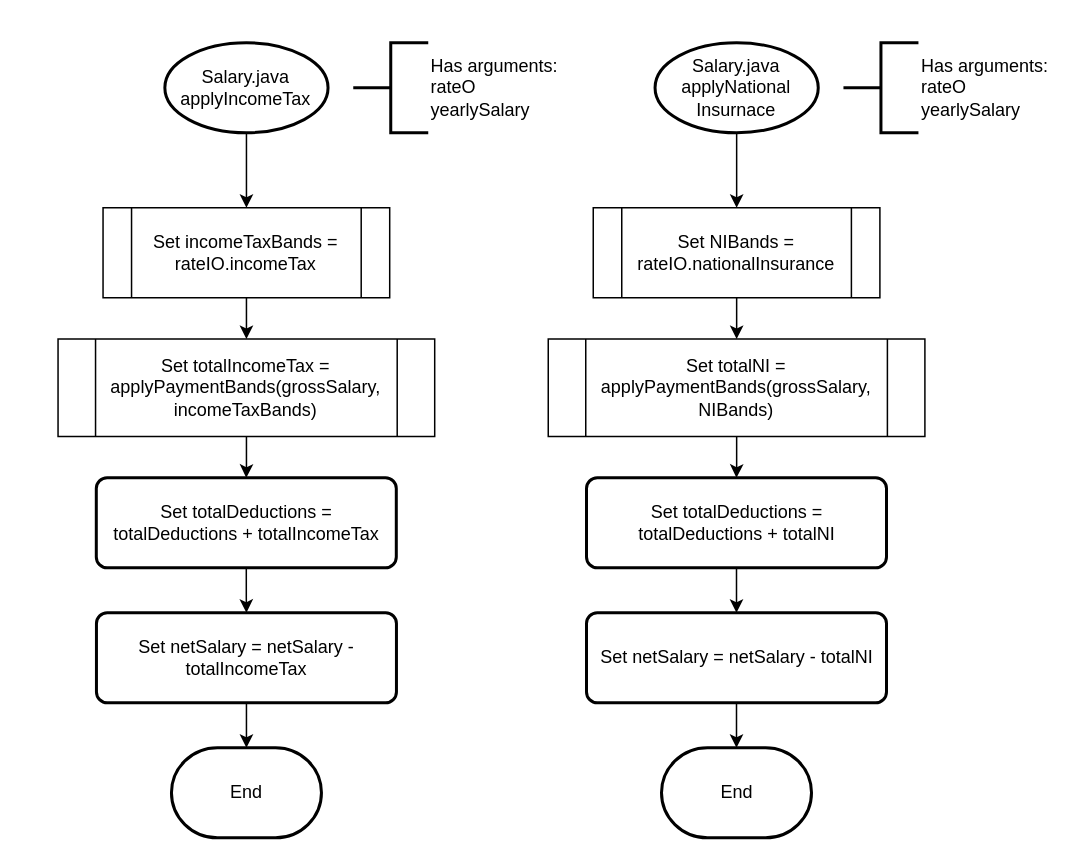
Before: report/flowcharts/designs/salary2-coursework-2.drawio in Sherman5A/usw-pop-coursework-1-task-2, a draw.io diagram. Source tidied: cells renumbered, new cells numbered last; positions are measured from the earlier drawing's top-left corner, leaving out a move shared by most shapes. Both pictures are drawn from the tidied source at 150%, with x=0, y=0 at pixel (57, 42).
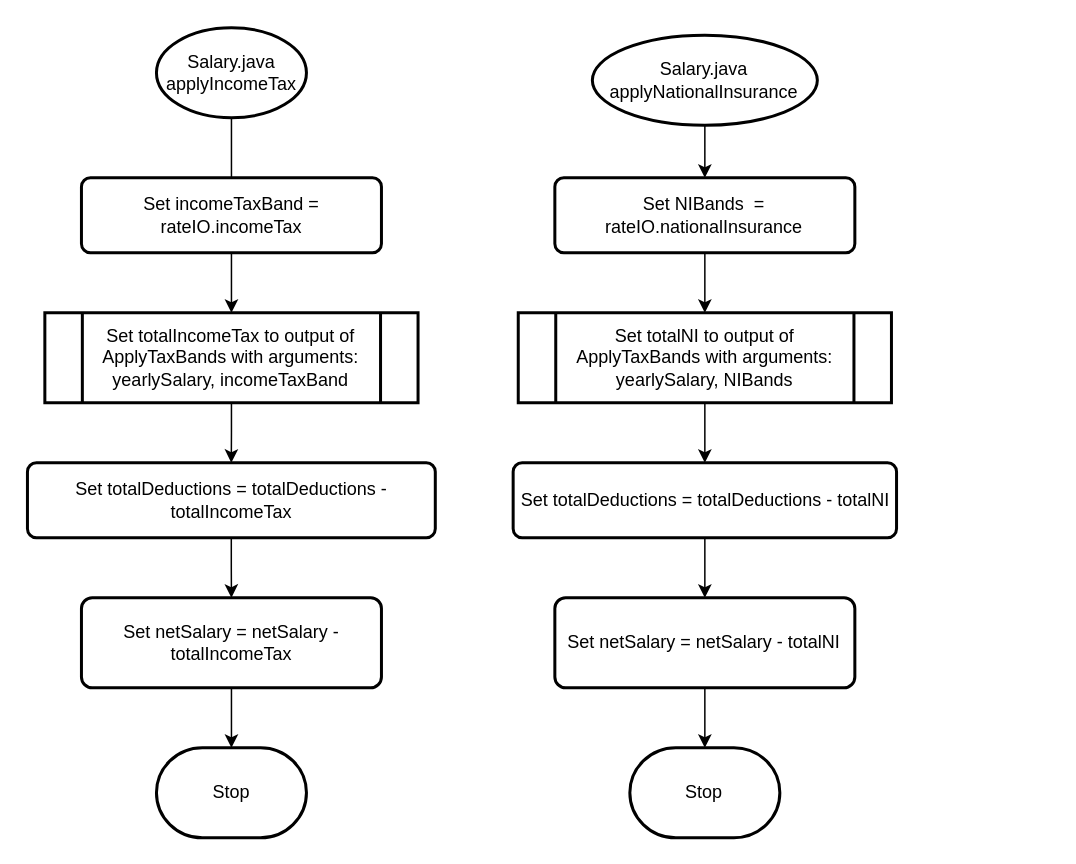
The same diagram, later.

The edit, as a diff of the source:
```diff
@@
-    <mxCell id="2" style="edgeStyle=orthogonalEdgeStyle;rounded=0;jettySize=auto;html=1;" parent="1" edge="1" source="3">
-      <mxGeometry relative="1" as="geometry">
-        <mxPoint x="125.8" y="110" as="targetPoint" />
-      </mxGeometry>
-    </mxCell>
+    <mxCell id="27" style="edgeStyle=orthogonalEdgeStyle;rounded=0;jettySize=auto;html=1;" parent="1" edge="1" source="3">
+      <mxGeometry relative="1" as="geometry">
+        <mxPoint x="115.8" y="100" as="targetPoint" />
+      </mxGeometry>
+    </mxCell>
     <mxCell id="3" value="Salary.java&lt;br&gt;applyIncomeTax" style="strokeWidth=2;html=1;shape=mxgraph.flowchart.start_1;whiteSpace=wrap;" parent="1" vertex="1">
-      <mxGeometry x="71.4" width="108.8" height="60" as="geometry" />
+      <mxGeometry x="65.8" y="-10" width="100" height="60" as="geometry" />
     </mxCell>
-    <mxCell id="4" value="Has arguments:&lt;br&gt; rateO&lt;br&gt;yearlySalary" style="strokeWidth=2;html=1;shape=mxgraph.flowchart.annotation_2;align=left;labelPosition=right;" parent="1" vertex="1">
-      <mxGeometry x="197" width="50" height="60" as="geometry" />
-    </mxCell>
-    <mxCell id="5" value="End" style="strokeWidth=2;html=1;shape=mxgraph.flowchart.terminator;whiteSpace=wrap;" parent="1" vertex="1">
-      <mxGeometry x="75.8" y="470" width="100" height="60" as="geometry" />
-    </mxCell>
-    <mxCell id="6" style="edgeStyle=orthogonalEdgeStyle;rounded=0;orthogonalLoop=1;jettySize=auto;html=1;" parent="1" edge="1">
-      <mxGeometry relative="1" as="geometry">
-        <mxPoint x="125.8" y="290" as="targetPoint" />
-      </mxGeometry>
-    </mxCell>
-    <mxCell id="7" style="edgeStyle=orthogonalEdgeStyle;rounded=0;jettySize=auto;html=1;" parent="1" edge="1" source="8" target="12">
-      <mxGeometry relative="1" as="geometry" />
-    </mxCell>
-    <mxCell id="8" value="Set totalIncomeTax =&lt;br&gt;applyPaymentBands(grossSalary, incomeTaxBands)" style="shape=process;whiteSpace=wrap;html=1;backgroundOutline=1;" parent="1" vertex="1">
-      <mxGeometry x="0.2" y="197.5" width="251.1" height="65" as="geometry" />
-    </mxCell>
-    <mxCell id="9" style="edgeStyle=orthogonalEdgeStyle;rounded=0;jettySize=auto;html=1;" parent="1" edge="1" source="10" target="8">
-      <mxGeometry relative="1" as="geometry" />
-    </mxCell>
-    <mxCell id="10" value="Set incomeTaxBands = rateIO.incomeTax" style="shape=process;whiteSpace=wrap;html=1;backgroundOutline=1;" parent="1" vertex="1">
-      <mxGeometry x="30.2" y="110" width="191.1" height="60" as="geometry" />
-    </mxCell>
-    <mxCell id="11" style="edgeStyle=orthogonalEdgeStyle;rounded=0;jettySize=auto;html=1;" parent="1" edge="1" source="12" target="14">
-      <mxGeometry relative="1" as="geometry" />
-    </mxCell>
-    <mxCell id="12" value="Set totalDeductions = totalDeductions + totalIncomeTax" style="whiteSpace=wrap;html=1;strokeWidth=2;rounded=1;arcSize=12;" parent="1" vertex="1">
-      <mxGeometry x="25.7" y="290" width="200" height="60" as="geometry" />
-    </mxCell>
-    <mxCell id="13" style="edgeStyle=orthogonalEdgeStyle;rounded=0;jettySize=auto;html=1;" parent="1" edge="1" source="14" target="5">
-      <mxGeometry relative="1" as="geometry" />
-    </mxCell>
+    <mxCell id="28" style="edgeStyle=orthogonalEdgeStyle;rounded=0;jettySize=auto;html=1;" parent="1" edge="1" source="29" target="22">
+      <mxGeometry relative="1" as="geometry" />
+    </mxCell>
+    <mxCell id="29" value="Salary.java&lt;br&gt;applyNationalInsurance" style="strokeWidth=2;html=1;shape=mxgraph.flowchart.start_1;whiteSpace=wrap;" parent="1" vertex="1">
+      <mxGeometry x="356.4" y="-5" width="150" height="60" as="geometry" />
+    </mxCell>
+    <mxCell id="30" style="edgeStyle=orthogonalEdgeStyle;rounded=0;jettySize=auto;html=1;" parent="1" edge="1" source="31" target="35">
+      <mxGeometry relative="1" as="geometry" />
+    </mxCell>
+    <mxCell id="31" value="Set totalIncomeTax to output of ApplyTaxBands with arguments:&lt;div&gt;yearlySalary, incomeTaxBand&lt;br&gt;&lt;/div&gt;" style="shape=process;whiteSpace=wrap;html=1;backgroundOutline=1;strokeWidth=2;" parent="1" vertex="1">
+      <mxGeometry x="-8.6" y="180" width="248.8" height="60" as="geometry" />
+    </mxCell>
+    <mxCell id="32" style="edgeStyle=orthogonalEdgeStyle;rounded=0;jettySize=auto;html=1;" parent="1" edge="1" source="33" target="31">
+      <mxGeometry relative="1" as="geometry" />
+    </mxCell>
+    <mxCell id="33" value="Set incomeTaxBand = rateIO.incomeTax" style="whiteSpace=wrap;html=1;strokeWidth=2;rounded=1;arcSize=12;" parent="1" vertex="1">
+      <mxGeometry x="15.8" y="90" width="200" height="50" as="geometry" />
+    </mxCell>
+    <mxCell id="34" style="edgeStyle=orthogonalEdgeStyle;rounded=0;jettySize=auto;html=1;" parent="1" edge="1" source="35" target="14">
+      <mxGeometry relative="1" as="geometry" />
+    </mxCell>
+    <mxCell id="35" value="Set totalDeductions = totalDeductions - totalIncomeTax" style="whiteSpace=wrap;html=1;strokeWidth=2;rounded=1;arcSize=12;" parent="1" vertex="1">
+      <mxGeometry x="-20.2" y="280" width="271.9" height="50" as="geometry" />
+    </mxCell>
+    <mxCell id="36" style="edgeStyle=orthogonalEdgeStyle;rounded=0;jettySize=auto;html=1;" parent="1" edge="1" source="14" target="37">
+      <mxGeometry relative="1" as="geometry" />
+    </mxCell>
     <mxCell id="14" value="Set netSalary = netSalary - totalIncomeTax" style="whiteSpace=wrap;html=1;strokeWidth=2;rounded=1;arcSize=12;" parent="1" vertex="1">
-      <mxGeometry x="25.8" y="380" width="200" height="60" as="geometry" />
+      <mxGeometry x="15.8" y="370" width="200" height="60" as="geometry" />
     </mxCell>
-    <mxCell id="15" style="edgeStyle=orthogonalEdgeStyle;rounded=0;jettySize=auto;html=1;" parent="1" edge="1" source="16">
-      <mxGeometry relative="1" as="geometry">
-        <mxPoint x="452.6" y="110" as="targetPoint" />
-      </mxGeometry>
-    </mxCell>
-    <mxCell id="16" value="Salary.java&lt;br&gt;applyNational Insurnace" style="strokeWidth=2;html=1;shape=mxgraph.flowchart.start_1;whiteSpace=wrap;" parent="1" vertex="1">
-      <mxGeometry x="398.2" width="108.8" height="60" as="geometry" />
-    </mxCell>
-    <mxCell id="17" value="Has arguments:&lt;br&gt; rateO&lt;br&gt;yearlySalary" style="strokeWidth=2;html=1;shape=mxgraph.flowchart.annotation_2;align=left;labelPosition=right;" parent="1" vertex="1">
-      <mxGeometry x="523.8" width="50" height="60" as="geometry" />
-    </mxCell>
-    <mxCell id="18" value="End" style="strokeWidth=2;html=1;shape=mxgraph.flowchart.terminator;whiteSpace=wrap;" parent="1" vertex="1">
-      <mxGeometry x="402.5" y="470" width="100" height="60" as="geometry" />
-    </mxCell>
-    <mxCell id="19" style="edgeStyle=orthogonalEdgeStyle;rounded=0;jettySize=auto;html=1;" parent="1" edge="1" source="20" target="24">
-      <mxGeometry relative="1" as="geometry" />
-    </mxCell>
-    <mxCell id="20" value="Set totalNI =&lt;br&gt;applyPaymentBands(grossSalary, NIBands)" style="shape=process;whiteSpace=wrap;html=1;backgroundOutline=1;" parent="1" vertex="1">
-      <mxGeometry x="327" y="197.5" width="251.1" height="65" as="geometry" />
-    </mxCell>
-    <mxCell id="21" style="edgeStyle=orthogonalEdgeStyle;rounded=0;jettySize=auto;html=1;" parent="1" edge="1" source="22" target="20">
-      <mxGeometry relative="1" as="geometry" />
-    </mxCell>
+    <mxCell id="37" value="Stop" style="strokeWidth=2;html=1;shape=mxgraph.flowchart.terminator;whiteSpace=wrap;" parent="1" vertex="1">
+      <mxGeometry x="65.8" y="470" width="100" height="60" as="geometry" />
+    </mxCell>
+    <mxCell id="38" style="edgeStyle=orthogonalEdgeStyle;rounded=0;jettySize=auto;html=1;" parent="1" edge="1" source="39" target="42">
+      <mxGeometry relative="1" as="geometry" />
+    </mxCell>
+    <mxCell id="39" value="Set totalNI to output of ApplyTaxBands with arguments:&lt;div&gt;yearlySalary, NIBands&lt;br&gt;&lt;/div&gt;" style="shape=process;whiteSpace=wrap;html=1;backgroundOutline=1;strokeWidth=2;" parent="1" vertex="1">
+      <mxGeometry x="307" y="180" width="248.8" height="60" as="geometry" />
+    </mxCell>
+    <mxCell id="40" style="edgeStyle=orthogonalEdgeStyle;rounded=0;jettySize=auto;html=1;" parent="1" edge="1" source="22" target="39">
+      <mxGeometry relative="1" as="geometry" />
+    </mxCell>
-    <mxCell id="22" value="Set NIBands = rateIO.nationalInsurance" style="shape=process;whiteSpace=wrap;html=1;backgroundOutline=1;" parent="1" vertex="1">
-      <mxGeometry x="357" y="110" width="191.1" height="60" as="geometry" />
+    <mxCell id="22" value="Set NIBands&amp;nbsp; = rateIO.nationalInsurance" style="whiteSpace=wrap;html=1;strokeWidth=2;rounded=1;arcSize=12;" parent="1" vertex="1">
+      <mxGeometry x="331.4" y="90" width="200" height="50" as="geometry" />
     </mxCell>
-    <mxCell id="23" style="edgeStyle=orthogonalEdgeStyle;rounded=0;jettySize=auto;html=1;" parent="1" edge="1" source="24" target="26">
-      <mxGeometry relative="1" as="geometry" />
-    </mxCell>
-    <mxCell id="24" value="Set totalDeductions = totalDeductions + totalNI" style="whiteSpace=wrap;html=1;strokeWidth=2;rounded=1;arcSize=12;" parent="1" vertex="1">
-      <mxGeometry x="352.5" y="290" width="200" height="60" as="geometry" />
-    </mxCell>
-    <mxCell id="25" style="edgeStyle=orthogonalEdgeStyle;rounded=0;jettySize=auto;html=1;" parent="1" edge="1" source="26" target="18">
-      <mxGeometry relative="1" as="geometry" />
-    </mxCell>
+    <mxCell id="41" style="edgeStyle=orthogonalEdgeStyle;rounded=0;jettySize=auto;html=1;" parent="1" edge="1" source="42" target="26">
+      <mxGeometry relative="1" as="geometry" />
+    </mxCell>
+    <mxCell id="42" value="Set totalDeductions = totalDeductions - totalNI" style="whiteSpace=wrap;html=1;strokeWidth=2;rounded=1;arcSize=12;" parent="1" vertex="1">
+      <mxGeometry x="303.6" y="280" width="255.6" height="50" as="geometry" />
+    </mxCell>
+    <mxCell id="43" style="edgeStyle=orthogonalEdgeStyle;rounded=0;jettySize=auto;html=1;" parent="1" edge="1" source="26" target="44">
+      <mxGeometry relative="1" as="geometry" />
+    </mxCell>
     <mxCell id="26" value="Set netSalary = netSalary - totalNI" style="whiteSpace=wrap;html=1;strokeWidth=2;rounded=1;arcSize=12;" parent="1" vertex="1">
-      <mxGeometry x="352.5" y="380" width="200" height="60" as="geometry" />
+      <mxGeometry x="331.4" y="370" width="200" height="60" as="geometry" />
     </mxCell>
+    <mxCell id="44" value="Stop" style="strokeWidth=2;html=1;shape=mxgraph.flowchart.terminator;whiteSpace=wrap;" parent="1" vertex="1">
+      <mxGeometry x="381.4" y="470" width="100" height="60" as="geometry" />
+    </mxCell>
```
